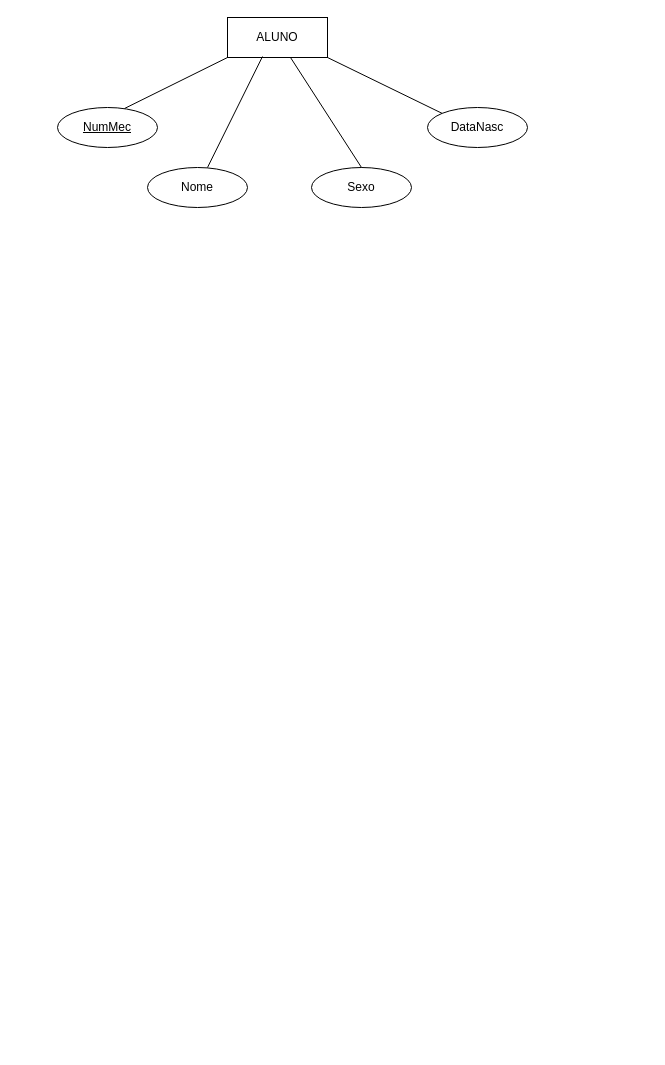
Above: Diagramaescolar.drawio in VascoRuas/diagramas (draw.io), before the change. Source tidied: cells renumbered, new cells numbered last; positions are measured from the earlier drawing's top-left corner, leaving out a move shared by most shapes. Both pictures are drawn from the tidied source at 100%, with x=0, y=0 at pixel (57, 17).
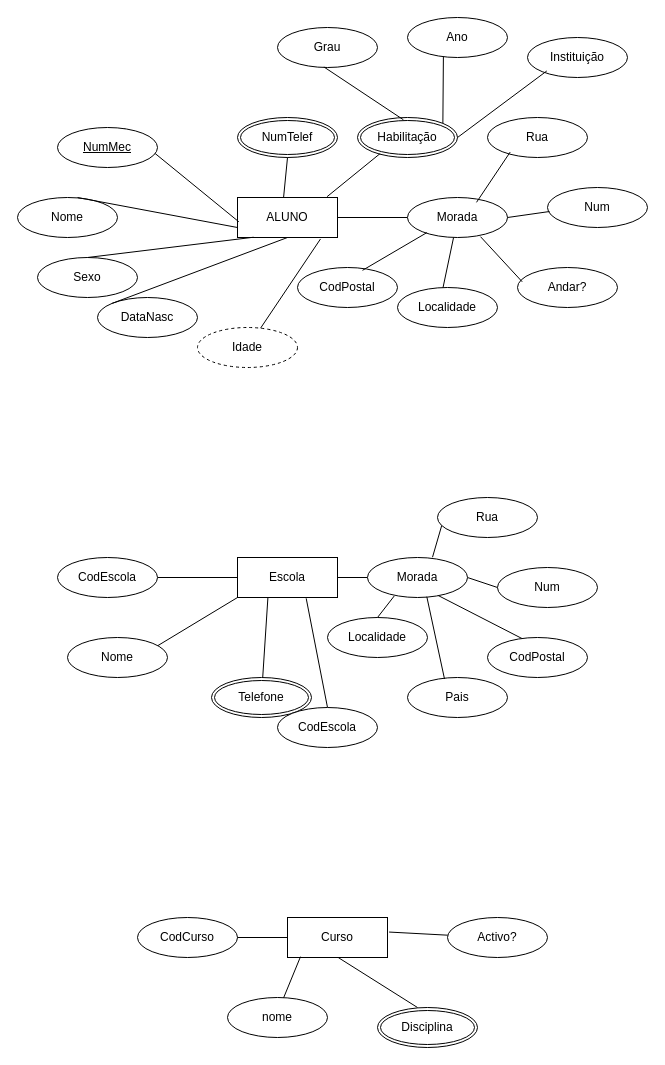
The same page after the edit.

What changed in the source:
```diff
@@
     <mxCell id="2" value="ALUNO" style="whiteSpace=wrap;html=1;align=center;" parent="1" vertex="1">
-      <mxGeometry x="170" width="100" height="40" as="geometry" />
+      <mxGeometry x="180" y="180" width="100" height="40" as="geometry" />
     </mxCell>
     <mxCell id="3" value="DataNasc" style="ellipse;whiteSpace=wrap;html=1;align=center;" parent="1" vertex="1">
-      <mxGeometry x="370" y="90" width="100" height="40" as="geometry" />
+      <mxGeometry x="40" y="280" width="100" height="40" as="geometry" />
     </mxCell>
     <mxCell id="4" value="Sexo" style="ellipse;whiteSpace=wrap;html=1;align=center;" parent="1" vertex="1">
-      <mxGeometry x="254" y="150" width="100" height="40" as="geometry" />
+      <mxGeometry x="-20" y="240" width="100" height="40" as="geometry" />
     </mxCell>
     <mxCell id="5" value="Nome" style="ellipse;whiteSpace=wrap;html=1;align=center;" parent="1" vertex="1">
-      <mxGeometry x="90" y="150" width="100" height="40" as="geometry" />
+      <mxGeometry x="-40" y="180" width="100" height="40" as="geometry" />
     </mxCell>
-    <mxCell id="6" style="endArrow=none;html=1;rounded=0;exitX=0;exitY=1;exitDx=0;exitDy=0;entryX=0.67;entryY=0.025;entryDx=0;entryDy=0;entryPerimeter=0;" parent="1" edge="1" source="2" target="10">
+    <mxCell id="6" style="endArrow=none;html=1;rounded=0;exitX=0.013;exitY=0.607;exitDx=0;exitDy=0;entryX=0.67;entryY=0.025;entryDx=0;entryDy=0;entryPerimeter=0;exitPerimeter=0;" parent="1" edge="1" source="2" target="10">
       <mxGeometry relative="1" as="geometry" />
     </mxCell>
-    <mxCell id="7" style="endArrow=none;html=1;rounded=0;exitX=1;exitY=1;exitDx=0;exitDy=0;entryX=0;entryY=0;entryDx=0;entryDy=0;" parent="1" edge="1" source="2" target="3">
+    <mxCell id="7" style="endArrow=none;html=1;rounded=0;exitX=0.5;exitY=1;exitDx=0;exitDy=0;entryX=0;entryY=0;entryDx=0;entryDy=0;" parent="1" edge="1" source="2" target="3">
       <mxGeometry relative="1" as="geometry" />
     </mxCell>
-    <mxCell id="8" style="endArrow=none;html=1;rounded=0;exitX=0.63;exitY=1;exitDx=0;exitDy=0;exitPerimeter=0;entryX=0.5;entryY=0;entryDx=0;entryDy=0;" parent="1" edge="1" source="2" target="4">
+    <mxCell id="8" style="endArrow=none;html=1;rounded=0;exitX=0.161;exitY=0.993;exitDx=0;exitDy=0;exitPerimeter=0;entryX=0.5;entryY=0;entryDx=0;entryDy=0;" parent="1" edge="1" source="2" target="4">
       <mxGeometry relative="1" as="geometry" />
     </mxCell>
-    <mxCell id="9" style="endArrow=none;html=1;rounded=0;exitX=0.35;exitY=0.975;exitDx=0;exitDy=0;exitPerimeter=0;entryX=0.6;entryY=0;entryDx=0;entryDy=0;entryPerimeter=0;" parent="1" edge="1" source="2" target="5">
+    <mxCell id="9" style="endArrow=none;html=1;rounded=0;exitX=0;exitY=0.75;exitDx=0;exitDy=0;entryX=0.6;entryY=0;entryDx=0;entryDy=0;entryPerimeter=0;" parent="1" edge="1" source="2" target="5">
       <mxGeometry relative="1" as="geometry" />
     </mxCell>
     <mxCell id="10" value="NumMec" style="ellipse;whiteSpace=wrap;html=1;align=center;fontStyle=4;" parent="1" vertex="1">
-      <mxGeometry y="90" width="100" height="40" as="geometry" />
+      <mxGeometry y="110" width="100" height="40" as="geometry" />
     </mxCell>
+    <mxCell id="11" value="Idade" style="ellipse;whiteSpace=wrap;html=1;align=center;dashed=1;" parent="1" vertex="1">
+      <mxGeometry x="140" y="310" width="100" height="40" as="geometry" />
+    </mxCell>
+    <mxCell id="12" style="endArrow=none;html=1;rounded=0;exitX=0.83;exitY=1.036;exitDx=0;exitDy=0;exitPerimeter=0;" parent="1" edge="1" source="2" target="11">
+      <mxGeometry relative="1" as="geometry" />
+    </mxCell>
+    <mxCell id="13" value="NumTelef" style="ellipse;shape=doubleEllipse;margin=3;whiteSpace=wrap;html=1;align=center;" parent="1" vertex="1">
+      <mxGeometry x="180" y="100" width="100" height="40" as="geometry" />
+    </mxCell>
+    <mxCell id="14" style="endArrow=none;html=1;rounded=0;exitX=0.461;exitY=-0.007;exitDx=0;exitDy=0;exitPerimeter=0;entryX=0.5;entryY=1;entryDx=0;entryDy=0;" parent="1" edge="1" source="2" target="13">
+      <mxGeometry relative="1" as="geometry" />
+    </mxCell>
+    <mxCell id="15" value="Habilitação" style="ellipse;shape=doubleEllipse;margin=3;whiteSpace=wrap;html=1;align=center;" parent="1" vertex="1">
+      <mxGeometry x="300" y="100" width="100" height="40" as="geometry" />
+    </mxCell>
+    <mxCell id="16" style="endArrow=none;html=1;rounded=0;exitX=0.896;exitY=-0.021;exitDx=0;exitDy=0;exitPerimeter=0;entryX=0.227;entryY=0.9;entryDx=0;entryDy=0;entryPerimeter=0;" parent="1" edge="1" source="2" target="15">
+      <mxGeometry relative="1" as="geometry" />
+    </mxCell>
+    <mxCell id="17" value="Grau" style="ellipse;whiteSpace=wrap;html=1;align=center;" parent="1" vertex="1">
+      <mxGeometry x="220" y="10" width="100" height="40" as="geometry" />
+    </mxCell>
+    <mxCell id="18" value="Ano" style="ellipse;whiteSpace=wrap;html=1;align=center;" parent="1" vertex="1">
+      <mxGeometry x="350" width="100" height="40" as="geometry" />
+    </mxCell>
+    <mxCell id="19" value="Instituição" style="ellipse;whiteSpace=wrap;html=1;align=center;" parent="1" vertex="1">
+      <mxGeometry x="470" y="20" width="100" height="40" as="geometry" />
+    </mxCell>
+    <mxCell id="20" style="endArrow=none;html=1;rounded=0;exitX=0.459;exitY=0.057;exitDx=0;exitDy=0;exitPerimeter=0;entryX=0.464;entryY=0.986;entryDx=0;entryDy=0;entryPerimeter=0;" parent="1" edge="1" source="15" target="17">
+      <mxGeometry relative="1" as="geometry" />
+    </mxCell>
+    <mxCell id="21" style="endArrow=none;html=1;rounded=0;exitX=1;exitY=0.5;exitDx=0;exitDy=0;entryX=0.193;entryY=0.836;entryDx=0;entryDy=0;entryPerimeter=0;" parent="1" edge="1" source="15" target="19">
+      <mxGeometry relative="1" as="geometry" />
+    </mxCell>
+    <mxCell id="22" style="endArrow=none;html=1;rounded=0;exitX=1;exitY=0;exitDx=0;exitDy=0;entryX=0.359;entryY=0.979;entryDx=0;entryDy=0;entryPerimeter=0;" parent="1" edge="1" source="15" target="18">
+      <mxGeometry relative="1" as="geometry" />
+    </mxCell>
+    <mxCell id="23" style="endArrow=none;html=1;rounded=0;exitX=1;exitY=0.5;exitDx=0;exitDy=0;" parent="1" edge="1" source="2" target="24">
+      <mxGeometry relative="1" as="geometry" />
+    </mxCell>
+    <mxCell id="24" value="Morada" style="ellipse;whiteSpace=wrap;html=1;align=center;" parent="1" vertex="1">
+      <mxGeometry x="350" y="180" width="100" height="40" as="geometry" />
+    </mxCell>
+    <mxCell id="25" value="Rua" style="ellipse;whiteSpace=wrap;html=1;align=center;" parent="1" vertex="1">
+      <mxGeometry x="430" y="100" width="100" height="40" as="geometry" />
+    </mxCell>
+    <mxCell id="26" value="Num" style="ellipse;whiteSpace=wrap;html=1;align=center;" parent="1" vertex="1">
+      <mxGeometry x="490" y="170" width="100" height="40" as="geometry" />
+    </mxCell>
+    <mxCell id="27" value="Andar?" style="ellipse;whiteSpace=wrap;html=1;align=center;" parent="1" vertex="1">
+      <mxGeometry x="460" y="250" width="100" height="40" as="geometry" />
+    </mxCell>
+    <mxCell id="28" style="endArrow=none;html=1;rounded=0;exitX=0.69;exitY=0.121;exitDx=0;exitDy=0;exitPerimeter=0;entryX=0.227;entryY=0.864;entryDx=0;entryDy=0;entryPerimeter=0;" parent="1" edge="1" source="24" target="25">
+      <mxGeometry relative="1" as="geometry" />
+    </mxCell>
+    <mxCell id="29" style="endArrow=none;html=1;rounded=0;exitX=1;exitY=0.5;exitDx=0;exitDy=0;entryX=0.021;entryY=0.6;entryDx=0;entryDy=0;entryPerimeter=0;" parent="1" edge="1" source="24" target="26">
+      <mxGeometry relative="1" as="geometry" />
+    </mxCell>
+    <mxCell id="30" style="endArrow=none;html=1;rounded=0;exitX=0.73;exitY=0.979;exitDx=0;exitDy=0;exitPerimeter=0;entryX=0.047;entryY=0.357;entryDx=0;entryDy=0;entryPerimeter=0;" parent="1" edge="1" source="24" target="27">
+      <mxGeometry relative="1" as="geometry" />
+    </mxCell>
+    <mxCell id="31" style="endArrow=none;html=1;rounded=0;entryX=0.453;entryY=0.029;entryDx=0;entryDy=0;entryPerimeter=0;" parent="1" edge="1" source="24" target="33">
+      <mxGeometry relative="1" as="geometry" />
+    </mxCell>
+    <mxCell id="32" value="CodPostal" style="ellipse;whiteSpace=wrap;html=1;align=center;" parent="1" vertex="1">
+      <mxGeometry x="240" y="250" width="100" height="40" as="geometry" />
+    </mxCell>
+    <mxCell id="33" value="Localidade" style="ellipse;whiteSpace=wrap;html=1;align=center;" parent="1" vertex="1">
+      <mxGeometry x="340" y="270" width="100" height="40" as="geometry" />
+    </mxCell>
+    <mxCell id="34" style="endArrow=none;html=1;rounded=0;exitX=0.65;exitY=0.071;exitDx=0;exitDy=0;exitPerimeter=0;entryX=0.193;entryY=0.879;entryDx=0;entryDy=0;entryPerimeter=0;" parent="1" edge="1" source="32" target="24">
+      <mxGeometry relative="1" as="geometry" />
+    </mxCell>
+    <mxCell id="35" value="Escola" style="whiteSpace=wrap;html=1;align=center;" parent="1" vertex="1">
+      <mxGeometry x="180" y="540" width="100" height="40" as="geometry" />
+    </mxCell>
+    <mxCell id="36" style="endArrow=none;html=1;rounded=0;exitX=0.673;exitY=0.907;exitDx=0;exitDy=0;exitPerimeter=0;entryX=0.353;entryY=0.036;entryDx=0;entryDy=0;entryPerimeter=0;" parent="1" edge="1" source="46" target="48">
+      <mxGeometry relative="1" as="geometry" />
+    </mxCell>
+    <mxCell id="37" style="endArrow=none;html=1;rounded=0;exitX=1;exitY=0.5;exitDx=0;exitDy=0;entryX=0;entryY=0.5;entryDx=0;entryDy=0;" parent="1" edge="1" source="46" target="50">
+      <mxGeometry relative="1" as="geometry" />
+    </mxCell>
+    <mxCell id="38" style="endArrow=none;html=1;rounded=0;exitX=0.65;exitY=-0.007;exitDx=0;exitDy=0;exitPerimeter=0;entryX=0.053;entryY=0.607;entryDx=0;entryDy=0;entryPerimeter=0;" parent="1" edge="1" source="46" target="51">
+      <mxGeometry relative="1" as="geometry" />
+    </mxCell>
+    <mxCell id="39" style="endArrow=none;html=1;rounded=0;exitX=1;exitY=0.5;exitDx=0;exitDy=0;" parent="1" edge="1" source="35" target="46">
+      <mxGeometry relative="1" as="geometry" />
+    </mxCell>
+    <mxCell id="40" style="endArrow=none;html=1;rounded=0;exitX=0.304;exitY=1.007;exitDx=0;exitDy=0;exitPerimeter=0;" parent="1" edge="1" source="35" target="45">
+      <mxGeometry relative="1" as="geometry" />
+    </mxCell>
+    <mxCell id="41" style="endArrow=none;html=1;rounded=0;exitX=0;exitY=1;exitDx=0;exitDy=0;entryX=0.901;entryY=0.207;entryDx=0;entryDy=0;entryPerimeter=0;" parent="1" edge="1" source="35" target="44">
+      <mxGeometry relative="1" as="geometry" />
+    </mxCell>
+    <mxCell id="42" style="endArrow=none;html=1;rounded=0;exitX=0;exitY=0.5;exitDx=0;exitDy=0;entryX=1;entryY=0.5;entryDx=0;entryDy=0;" parent="1" edge="1" source="35" target="43">
+      <mxGeometry relative="1" as="geometry" />
+    </mxCell>
+    <mxCell id="43" value="CodEscola" style="ellipse;whiteSpace=wrap;html=1;align=center;" parent="1" vertex="1">
+      <mxGeometry y="540" width="100" height="40" as="geometry" />
+    </mxCell>
+    <mxCell id="44" value="Nome" style="ellipse;whiteSpace=wrap;html=1;align=center;" parent="1" vertex="1">
+      <mxGeometry x="10" y="620" width="100" height="40" as="geometry" />
+    </mxCell>
+    <mxCell id="45" value="Telefone" style="ellipse;shape=doubleEllipse;margin=3;whiteSpace=wrap;html=1;align=center;" parent="1" vertex="1">
+      <mxGeometry x="154" y="660" width="100" height="40" as="geometry" />
+    </mxCell>
+    <mxCell id="46" value="Morada" style="ellipse;whiteSpace=wrap;html=1;align=center;" parent="1" vertex="1">
+      <mxGeometry x="310" y="540" width="100" height="40" as="geometry" />
+    </mxCell>
+    <mxCell id="47" value="Localidade" style="ellipse;whiteSpace=wrap;html=1;align=center;" parent="1" vertex="1">
+      <mxGeometry x="270" y="600" width="100" height="40" as="geometry" />
+    </mxCell>
+    <mxCell id="48" value="CodPostal" style="ellipse;whiteSpace=wrap;html=1;align=center;" parent="1" vertex="1">
+      <mxGeometry x="430" y="620" width="100" height="40" as="geometry" />
+    </mxCell>
+    <mxCell id="49" value="Pais" style="ellipse;whiteSpace=wrap;html=1;align=center;" parent="1" vertex="1">
+      <mxGeometry x="350" y="660" width="100" height="40" as="geometry" />
+    </mxCell>
+    <mxCell id="50" value="Num" style="ellipse;whiteSpace=wrap;html=1;align=center;" parent="1" vertex="1">
+      <mxGeometry x="440" y="550" width="100" height="40" as="geometry" />
+    </mxCell>
+    <mxCell id="51" value="Rua" style="ellipse;whiteSpace=wrap;html=1;align=center;" parent="1" vertex="1">
+      <mxGeometry x="380" y="480" width="100" height="40" as="geometry" />
+    </mxCell>
+    <mxCell id="52" style="endArrow=none;html=1;rounded=0;exitX=0.267;exitY=0.964;exitDx=0;exitDy=0;exitPerimeter=0;entryX=0.5;entryY=0;entryDx=0;entryDy=0;" parent="1" edge="1" source="46" target="47">
+      <mxGeometry relative="1" as="geometry" />
+    </mxCell>
+    <mxCell id="53" style="endArrow=none;html=1;rounded=0;exitX=0.593;exitY=0.979;exitDx=0;exitDy=0;exitPerimeter=0;entryX=0.37;entryY=0.036;entryDx=0;entryDy=0;entryPerimeter=0;" parent="1" edge="1" source="46" target="49">
+      <mxGeometry relative="1" as="geometry" />
+    </mxCell>
+    <mxCell id="54" style="endArrow=none;html=1;rounded=0;exitX=0.687;exitY=1.021;exitDx=0;exitDy=0;exitPerimeter=0;entryX=0.5;entryY=0;entryDx=0;entryDy=0;" parent="1" edge="1" source="35" target="58">
+      <mxGeometry relative="1" as="geometry" />
+    </mxCell>
+    <mxCell id="55" value="Curso" style="whiteSpace=wrap;html=1;align=center;" parent="1" vertex="1">
+      <mxGeometry x="230" y="900" width="100" height="40" as="geometry" />
+    </mxCell>
+    <mxCell id="56" style="endArrow=none;html=1;rounded=0;exitX=0.13;exitY=0.979;exitDx=0;exitDy=0;exitPerimeter=0;entryX=0.559;entryY=0.021;entryDx=0;entryDy=0;entryPerimeter=0;" parent="1" edge="1" source="55" target="60">
+      <mxGeometry relative="1" as="geometry" />
+    </mxCell>
+    <mxCell id="57" style="endArrow=none;html=1;rounded=0;exitX=0.507;exitY=1;exitDx=0;exitDy=0;exitPerimeter=0;entryX=0.4;entryY=0;entryDx=0;entryDy=0;entryPerimeter=0;" parent="1" edge="1" source="55" target="59">
+      <mxGeometry relative="1" as="geometry" />
+    </mxCell>
+    <mxCell id="58" value="CodEscola" style="ellipse;whiteSpace=wrap;html=1;align=center;" parent="1" vertex="1">
+      <mxGeometry x="220" y="690" width="100" height="40" as="geometry" />
+    </mxCell>
+    <mxCell id="59" value="Disciplina" style="ellipse;shape=doubleEllipse;margin=3;whiteSpace=wrap;html=1;align=center;" parent="1" vertex="1">
+      <mxGeometry x="320" y="990" width="100" height="40" as="geometry" />
+    </mxCell>
+    <mxCell id="60" value="nome" style="ellipse;whiteSpace=wrap;html=1;align=center;" parent="1" vertex="1">
+      <mxGeometry x="170" y="980" width="100" height="40" as="geometry" />
+    </mxCell>
+    <mxCell id="61" value="CodCurso" style="ellipse;whiteSpace=wrap;html=1;align=center;" parent="1" vertex="1">
+      <mxGeometry x="80" y="900" width="100" height="40" as="geometry" />
+    </mxCell>
+    <mxCell id="62" style="endArrow=none;html=1;rounded=0;entryX=0;entryY=0.5;entryDx=0;entryDy=0;exitX=1;exitY=0.5;exitDx=0;exitDy=0;" parent="1" edge="1" source="61" target="55">
+      <mxGeometry relative="1" as="geometry" />
+    </mxCell>
+    <mxCell id="63" style="endArrow=none;html=1;rounded=0;exitX=1.016;exitY=0.364;exitDx=0;exitDy=0;exitPerimeter=0;" parent="1" edge="1" source="55" target="64">
+      <mxGeometry relative="1" as="geometry" />
+    </mxCell>
+    <mxCell id="64" value="Activo?" style="ellipse;whiteSpace=wrap;html=1;align=center;" parent="1" vertex="1">
+      <mxGeometry x="390" y="900" width="100" height="40" as="geometry" />
+    </mxCell>
```
